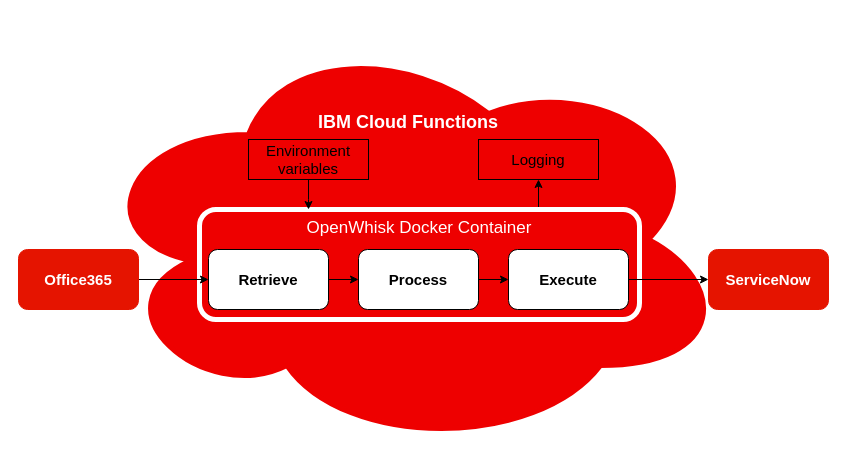
This is Python-E2T.drawio from aufbakanleitung/multi-docker, a draw.io file, before an edit. Source tidied: cells renumbered, new cells numbered last; positions are measured from the earlier drawing's top-left corner, leaving out a move shared by most shapes. Both pictures are drawn from the tidied source at 100%, with x=0, y=0 at pixel (18, 29).
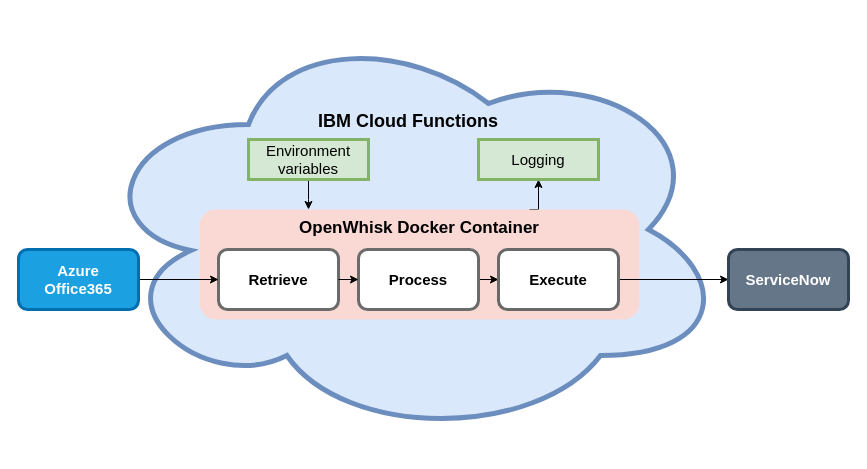
The same diagram, later.

The edit, as a diff of the source:
```diff
@@
 <mxGraphModel>
   <root>
     <mxCell id="0" />
     <mxCell id="1" parent="0" />
-    <mxCell id="2" value="&lt;div style=&quot;font-size: 18px&quot;&gt;&lt;b&gt;IBM Cloud Functions&lt;/b&gt;&lt;/div&gt;&lt;div&gt;&lt;br&gt;&lt;/div&gt;&lt;div&gt;&lt;br&gt;&lt;/div&gt;&lt;div&gt;&lt;br&gt;&lt;/div&gt;&lt;div&gt;&lt;br&gt;&lt;/div&gt;&lt;div&gt;&lt;br&gt;&lt;/div&gt;&lt;div&gt;&lt;br&gt;&lt;/div&gt;&lt;div&gt;&lt;br&gt;&lt;/div&gt;&lt;div&gt;&lt;br&gt;&lt;/div&gt;&lt;div&gt;&lt;br&gt;&lt;/div&gt;&lt;div&gt;&lt;br&gt;&lt;/div&gt;&lt;div&gt;&lt;br&gt;&lt;/div&gt;&lt;div&gt;&lt;br&gt;&lt;/div&gt;&lt;div&gt;&lt;br&gt;&lt;/div&gt;" style="ellipse;shape=cloud;whiteSpace=wrap;html=1;rounded=1;shadow=0;comic=0;strokeColor=#EE0000;strokeWidth=5;fillColor=#EE0000;fontSize=15;fontColor=#ffffff;" parent="1" vertex="1">
-      <mxGeometry x="70" width="640" height="420" as="geometry" />
+    <mxCell id="2" value="&lt;div style=&quot;font-size: 18px&quot;&gt;&lt;b&gt;IBM Cloud Functions&lt;/b&gt;&lt;/div&gt;&lt;div&gt;&lt;br&gt;&lt;/div&gt;&lt;div&gt;&lt;br&gt;&lt;/div&gt;&lt;div&gt;&lt;br&gt;&lt;/div&gt;&lt;div&gt;&lt;br&gt;&lt;/div&gt;&lt;div&gt;&lt;br&gt;&lt;/div&gt;&lt;div&gt;&lt;br&gt;&lt;/div&gt;&lt;div&gt;&lt;br&gt;&lt;/div&gt;&lt;div&gt;&lt;br&gt;&lt;/div&gt;&lt;div&gt;&lt;br&gt;&lt;/div&gt;&lt;div&gt;&lt;br&gt;&lt;/div&gt;&lt;div&gt;&lt;br&gt;&lt;/div&gt;&lt;div&gt;&lt;br&gt;&lt;/div&gt;" style="ellipse;shape=cloud;whiteSpace=wrap;html=1;rounded=1;shadow=0;comic=0;strokeColor=#6c8ebf;strokeWidth=5;fillColor=#dae8fc;fontSize=15;" parent="1" vertex="1">
+      <mxGeometry x="70" y="-10" width="640" height="420" as="geometry" />
     </mxCell>
     <mxCell id="3" style="edgeStyle=orthogonalEdgeStyle;rounded=0;jettySize=auto;html=1;exitX=0.75;exitY=0;exitDx=0;exitDy=0;entryX=0.5;entryY=1;entryDx=0;entryDy=0;fontSize=15;" parent="1" edge="1" source="4" target="16">
       <mxGeometry relative="1" as="geometry" />
     </mxCell>
-    <mxCell id="4" value="&lt;div style=&quot;font-size: 17px&quot;&gt;OpenWhisk Docker Container&lt;/div&gt;&lt;div&gt;&lt;br&gt;&lt;/div&gt;&lt;div&gt;&lt;br&gt;&lt;/div&gt;&lt;div&gt;&lt;br&gt;&lt;/div&gt;&lt;div&gt;&lt;br&gt;&lt;/div&gt;&lt;div&gt;&lt;br&gt;&lt;/div&gt;" style="rounded=1;whiteSpace=wrap;html=1;fillColor=none;strokeColor=#FFFFFF;fontColor=#ffffff;strokeWidth=5;" parent="1" vertex="1">
+    <mxCell id="4" value="&lt;div style=&quot;font-size: 17px&quot;&gt;OpenWhisk Docker Container&lt;/div&gt;&lt;div&gt;&lt;br&gt;&lt;/div&gt;&lt;div&gt;&lt;br&gt;&lt;/div&gt;&lt;div&gt;&lt;br&gt;&lt;/div&gt;&lt;div&gt;&lt;br&gt;&lt;/div&gt;&lt;div&gt;&lt;br&gt;&lt;/div&gt;" style="rounded=1;whiteSpace=wrap;html=1;fillColor=#fad9d5;strokeColor=none;strokeWidth=5;fontStyle=1;" parent="1" vertex="1">
       <mxGeometry x="181" y="180" width="440" height="110" as="geometry" />
     </mxCell>
-    <mxCell id="5" value="Retrieve" style="rounded=1;whiteSpace=wrap;html=1;fontStyle=1;fontSize=15;" parent="1" vertex="1">
-      <mxGeometry x="190" y="220" width="120" height="60" as="geometry" />
+    <mxCell id="5" value="Retrieve" style="rounded=1;whiteSpace=wrap;html=1;fontStyle=1;fontSize=15;strokeWidth=3;strokeColor=#6B6B6B;" parent="1" vertex="1">
+      <mxGeometry x="200" y="220" width="120" height="60" as="geometry" />
     </mxCell>
     <mxCell id="6" style="edgeStyle=orthogonalEdgeStyle;rounded=0;jettySize=auto;html=1;exitX=1;exitY=0.5;exitDx=0;exitDy=0;" parent="1" edge="1" source="7" target="9">
       <mxGeometry relative="1" as="geometry" />
     </mxCell>
-    <mxCell id="7" value="Process" style="rounded=1;whiteSpace=wrap;html=1;fontSize=15;fontStyle=1;" parent="1" vertex="1">
+    <mxCell id="7" value="Process" style="rounded=1;whiteSpace=wrap;html=1;fontSize=15;fontStyle=1;strokeWidth=3;strokeColor=#6B6B6B;" parent="1" vertex="1">
       <mxGeometry x="340" y="220" width="120" height="60" as="geometry" />
     </mxCell>
     <mxCell id="8" style="edgeStyle=orthogonalEdgeStyle;rounded=0;jettySize=auto;html=1;exitX=1;exitY=0.5;exitDx=0;exitDy=0;fontSize=15;" parent="1" edge="1" source="9" target="13">
       <mxGeometry relative="1" as="geometry" />
     </mxCell>
-    <mxCell id="9" value="Execute" style="rounded=1;whiteSpace=wrap;html=1;fontSize=15;fontStyle=1;" parent="1" vertex="1">
-      <mxGeometry x="490" y="220" width="120" height="60" as="geometry" />
+    <mxCell id="9" value="Execute" style="rounded=1;whiteSpace=wrap;html=1;fontSize=15;fontStyle=1;strokeWidth=3;strokeColor=#696969;" parent="1" vertex="1">
+      <mxGeometry x="480" y="220" width="120" height="60" as="geometry" />
     </mxCell>
     <mxCell id="10" style="endArrow=classic;html=1;entryX=0;entryY=0.5;entryDx=0;entryDy=0;exitX=1;exitY=0.5;exitDx=0;exitDy=0;" parent="1" edge="1" source="5" target="7">
       <mxGeometry relative="1" as="geometry" />
     </mxCell>
     <mxCell id="11" style="edgeStyle=orthogonalEdgeStyle;rounded=0;jettySize=auto;html=1;exitX=1;exitY=0.5;exitDx=0;exitDy=0;" parent="1" edge="1" source="12" target="5">
       <mxGeometry relative="1" as="geometry" />
     </mxCell>
-    <mxCell id="12" value="&lt;font color=&quot;#FFFFFF&quot;&gt;Office365&lt;/font&gt;" style="rounded=1;whiteSpace=wrap;html=1;strokeColor=#E51400;fillColor=#E51400;fontSize=15;fontStyle=1;" parent="1" vertex="1">
+    <mxCell id="12" value="&lt;div&gt;Azure &lt;br&gt;&lt;/div&gt;&lt;div&gt;&lt;font color=&quot;#FFFFFF&quot;&gt;Office365&lt;/font&gt;&lt;/div&gt;" style="rounded=1;whiteSpace=wrap;html=1;strokeColor=#006EAF;fillColor=#1ba1e2;fontSize=15;fontStyle=1;fontColor=#ffffff;strokeWidth=3;" parent="1" vertex="1">
       <mxGeometry y="220" width="120" height="60" as="geometry" />
     </mxCell>
-    <mxCell id="13" value="&lt;b&gt;&lt;font color=&quot;#FFFFFF&quot;&gt;ServiceNow&lt;/font&gt;&lt;/b&gt;" style="rounded=1;whiteSpace=wrap;html=1;strokeColor=#E51400;fillColor=#E51400;fontSize=15;" parent="1" vertex="1">
-      <mxGeometry x="690" y="220" width="120" height="60" as="geometry" />
+    <mxCell id="13" value="&lt;b&gt;&lt;font color=&quot;#FFFFFF&quot;&gt;ServiceNow&lt;/font&gt;&lt;/b&gt;" style="rounded=1;whiteSpace=wrap;html=1;strokeColor=#314354;fillColor=#647687;fontSize=15;fontColor=#ffffff;strokeWidth=3;" parent="1" vertex="1">
+      <mxGeometry x="710" y="220" width="120" height="60" as="geometry" />
     </mxCell>
     <mxCell id="14" style="edgeStyle=orthogonalEdgeStyle;rounded=0;jettySize=auto;html=1;fontSize=15;" parent="1" edge="1" source="15">
       <mxGeometry relative="1" as="geometry">
         <mxPoint x="290" y="180" as="targetPoint" />
       </mxGeometry>
     </mxCell>
-    <mxCell id="15" value="Environment variables" style="rounded=0;whiteSpace=wrap;html=1;strokeColor=#000000;fillColor=none;fontSize=15;" parent="1" vertex="1">
+    <mxCell id="15" value="Environment variables" style="rounded=0;whiteSpace=wrap;html=1;strokeColor=#82b366;fillColor=#d5e8d4;fontSize=15;strokeWidth=3;" parent="1" vertex="1">
       <mxGeometry x="230" y="110" width="120" height="40" as="geometry" />
     </mxCell>
-    <mxCell id="16" value="Logging" style="rounded=0;whiteSpace=wrap;html=1;strokeColor=#000000;fillColor=none;fontSize=15;" parent="1" vertex="1">
+    <mxCell id="16" value="Logging" style="rounded=0;whiteSpace=wrap;html=1;strokeColor=#82b366;fillColor=#d5e8d4;fontSize=15;strokeWidth=3;" parent="1" vertex="1">
       <mxGeometry x="460" y="110" width="120" height="40" as="geometry" />
     </mxCell>
   </root>
 </mxGraphModel>
```
